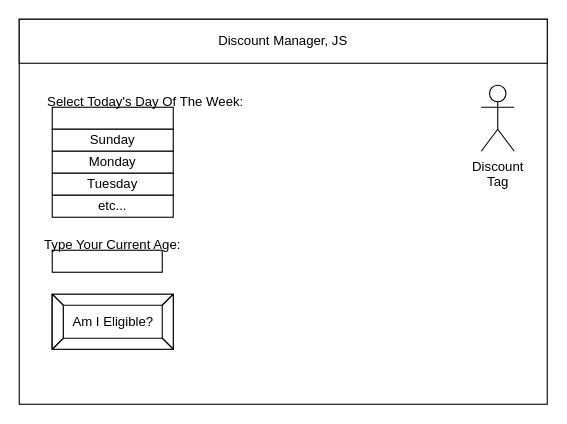
This is design/story-board.drawio from sam-corbett/ICS2O-Unit5-04-JS, a draw.io file, before an edit. Source tidied: cells renumbered, new cells numbered last; positions are measured from the earlier drawing's top-left corner, leaving out a move shared by most shapes. Both pictures are drawn from the tidied source at 110%, with x=0, y=0 at pixel (19, 19).
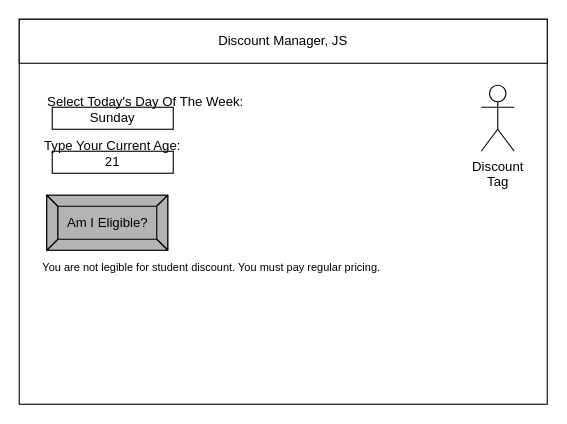
Above is the later version.

Commit message:
storyboards changing for assignment

Diff of the diagram source:
```diff
@@
 <mxGraphModel>
   <root>
     <mxCell id="0" />
     <mxCell id="1" parent="0" />
     <mxCell id="2" style="rounded=0;whiteSpace=wrap;html=1;" parent="1" vertex="1">
       <mxGeometry width="480" height="350" as="geometry" />
     </mxCell>
     <mxCell id="3" value="Discount Manager, JS" style="rounded=0;whiteSpace=wrap;html=1;" parent="1" vertex="1">
       <mxGeometry width="480" height="40" as="geometry" />
     </mxCell>
-    <mxCell id="4" value="Am I Eligible?" style="labelPosition=center;verticalLabelPosition=middle;align=center;html=1;shape=mxgraph.basic.button;dx=10;" parent="1" vertex="1">
-      <mxGeometry x="30" y="250" width="110" height="50" as="geometry" />
+    <mxCell id="4" value="Am I Eligible?" style="labelPosition=center;verticalLabelPosition=middle;align=center;html=1;shape=mxgraph.basic.button;dx=10;fillColor=#B3B3B3;" parent="1" vertex="1">
+      <mxGeometry x="25" y="160" width="110" height="50" as="geometry" />
     </mxCell>
     <mxCell id="5" value="Discount&lt;br&gt;Tag" style="shape=umlActor;verticalLabelPosition=bottom;verticalAlign=top;html=1;" parent="1" vertex="1">
       <mxGeometry x="420" y="60" width="30" height="60" as="geometry" />
     </mxCell>
-    <mxCell id="6" style="rounded=0;whiteSpace=wrap;html=1;" parent="1" vertex="1">
+    <mxCell id="6" value="Sunday" style="rounded=0;whiteSpace=wrap;html=1;" parent="1" vertex="1">
       <mxGeometry x="30" y="80" width="110" height="20" as="geometry" />
     </mxCell>
     <mxCell id="7" value="Select Today's Day Of The Week:" style="text;html=1;strokeColor=none;fillColor=none;align=center;verticalAlign=middle;whiteSpace=wrap;rounded=0;" parent="1" vertex="1">
       <mxGeometry x="20" y="70" width="190" height="10" as="geometry" />
     </mxCell>
-    <mxCell id="8" value="Sunday" style="rounded=0;whiteSpace=wrap;html=1;" parent="1" vertex="1">
-      <mxGeometry x="30" y="100" width="110" height="20" as="geometry" />
-    </mxCell>
-    <mxCell id="9" value="Monday" style="rounded=0;whiteSpace=wrap;html=1;" parent="1" vertex="1">
-      <mxGeometry x="30" y="120" width="110" height="20" as="geometry" />
-    </mxCell>
-    <mxCell id="10" value="Tuesday" style="rounded=0;whiteSpace=wrap;html=1;" parent="1" vertex="1">
-      <mxGeometry x="30" y="140" width="110" height="20" as="geometry" />
-    </mxCell>
-    <mxCell id="11" value="etc..." style="rounded=0;whiteSpace=wrap;html=1;" parent="1" vertex="1">
-      <mxGeometry x="30" y="160" width="110" height="20" as="geometry" />
-    </mxCell>
-    <mxCell id="12" style="rounded=0;whiteSpace=wrap;html=1;" parent="1" vertex="1">
-      <mxGeometry x="30" y="210" width="100" height="20" as="geometry" />
+    <mxCell id="12" value="21" style="rounded=0;whiteSpace=wrap;html=1;" parent="1" vertex="1">
+      <mxGeometry x="30" y="120" width="110" height="20" as="geometry" />
     </mxCell>
     <mxCell id="13" value="Type Your Current Age:" style="text;html=1;strokeColor=none;fillColor=none;align=center;verticalAlign=middle;whiteSpace=wrap;rounded=0;" parent="1" vertex="1">
-      <mxGeometry x="20" y="200" width="130" height="10" as="geometry" />
+      <mxGeometry x="20" y="110" width="130" height="10" as="geometry" />
     </mxCell>
+    <mxCell id="14" value="&lt;font style=&quot;font-size: 10px&quot;&gt;You are not legible for student discount. You must pay regular pricing.&lt;/font&gt;" style="text;html=1;strokeColor=none;fillColor=none;align=center;verticalAlign=middle;whiteSpace=wrap;rounded=0;" parent="1" vertex="1">
+      <mxGeometry x="20" y="220" width="310" height="10" as="geometry" />
+    </mxCell>
   </root>
 </mxGraphModel>
```
